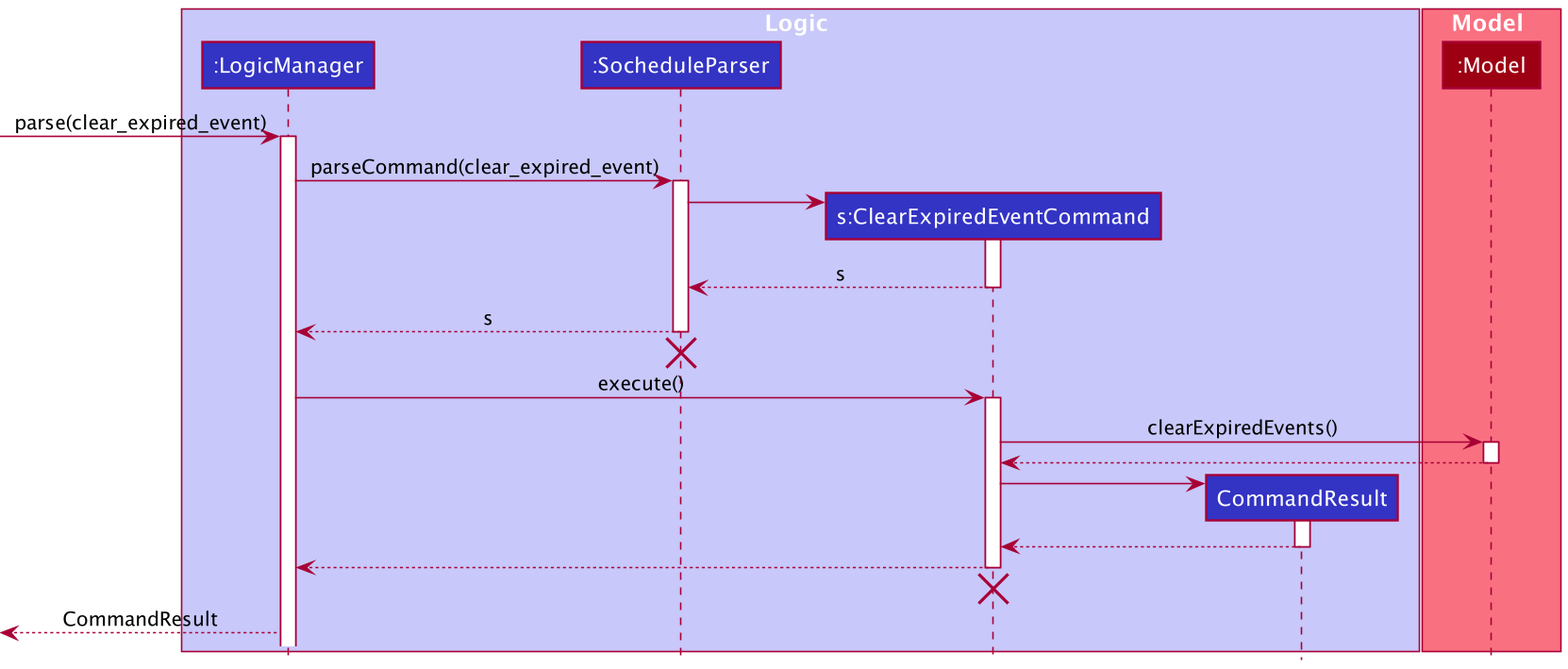
This is docs/images/ClearExpiredEventCommandSequenceDiagram.png from nus-cs2103-AY2021S2/tp, a PlantUML export, as it was before one commit.
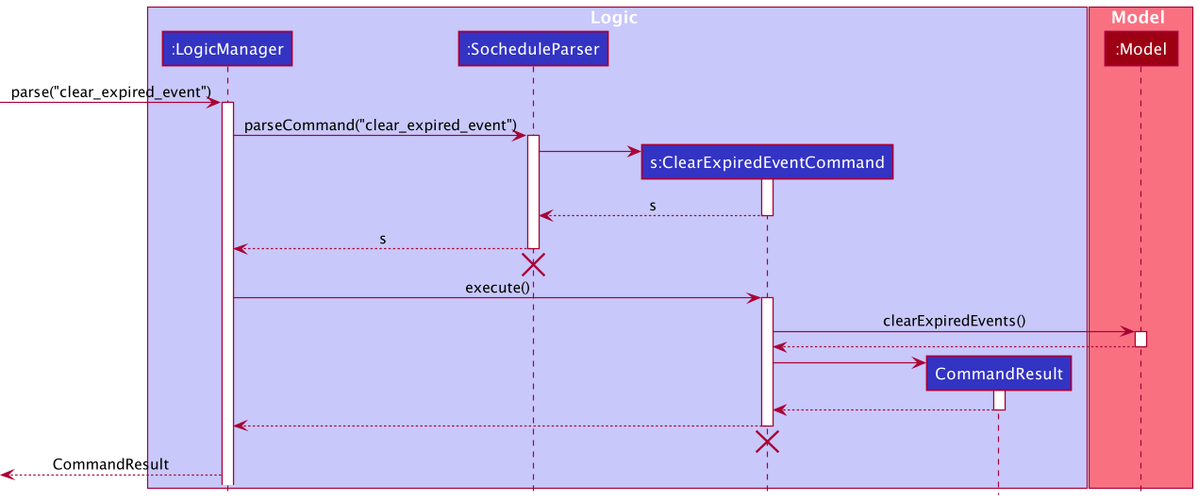
The same file after the commit.

Diff of the diagram source:
```diff
@@ -12,10 +12,10 @@
 participant ":Model" as Model MODEL_COLOR
 end box
 
-[-> LogicManager : parse(clear_expired_event)
+[-> LogicManager : parse("clear_expired_event")
 activate LogicManager
 
-LogicManager -> SocheduleParser : parseCommand(clear_expired_event)
+LogicManager -> SocheduleParser : parseCommand("clear_expired_event")
 activate SocheduleParser
 
 create ClearExpiredEventCommand
```
